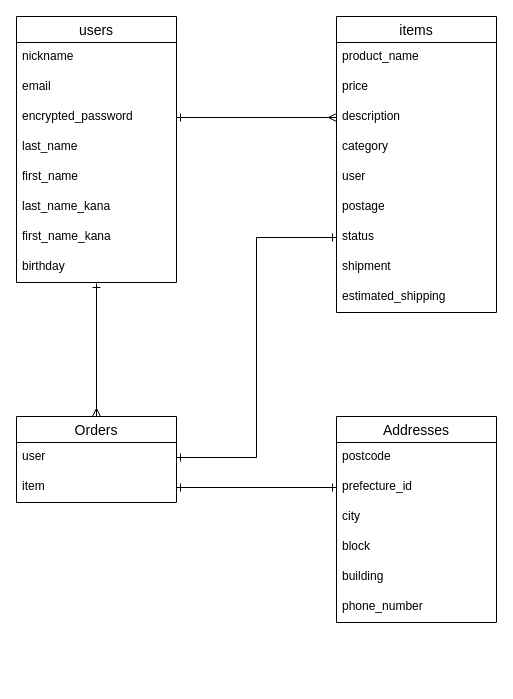
The draw.io diagram test.dio in nakadairay/furima-36395, before the edit. Source tidied: cells renumbered, new cells numbered last; positions are measured from the earlier drawing's top-left corner, leaving out a move shared by most shapes. Both pictures are drawn from the tidied source at 100%, with x=0, y=0 at pixel (16, 16).
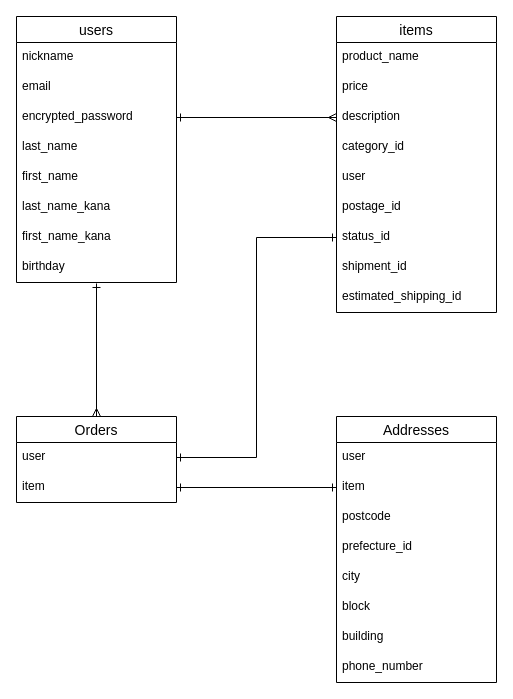
Above is the later version.

The change refers to these unchanged cells:
```xml
<mxCell id="2" value="items" style="swimlane;fontStyle=0;horizontal=1;startSize=26;align=center;fontSize=14;" parent="1" vertex="1">
  <mxGeometry x="320" width="160" height="296" as="geometry" />
</mxCell>
<mxCell id="15" value="item" style="text;strokeColor=none;fillColor=none;spacingLeft=4;spacingRight=4;overflow=hidden;points=[[0,0.5],[1,0.5]];portConstraint=eastwest;fontSize=12;" parent="13" vertex="1">
  <mxGeometry y="56" width="160" height="30" as="geometry" />
</mxCell>
```

Diff of the diagram source:
```diff
@@
-    <mxCell id="6" value="category" style="text;strokeColor=none;fillColor=none;spacingLeft=4;spacingRight=4;overflow=hidden;fontSize=12;" parent="2" vertex="1">
+    <mxCell id="6" value="category_id" style="text;strokeColor=none;fillColor=none;spacingLeft=4;spacingRight=4;overflow=hidden;fontSize=12;" parent="2" vertex="1">
       <mxGeometry y="116" width="160" height="30" as="geometry" />
     </mxCell>
@@
-    <mxCell id="8" value="postage" style="text;strokeColor=none;fillColor=none;spacingLeft=4;spacingRight=4;overflow=hidden;fontSize=12;" parent="2" vertex="1">
+    <mxCell id="8" value="postage_id" style="text;strokeColor=none;fillColor=none;spacingLeft=4;spacingRight=4;overflow=hidden;fontSize=12;" parent="2" vertex="1">
       <mxGeometry y="176" width="160" height="30" as="geometry" />
     </mxCell>
-    <mxCell id="9" value="status" style="text;strokeColor=none;fillColor=none;spacingLeft=4;spacingRight=4;overflow=hidden;points=[[0,0.5],[1,0.5]];portConstraint=eastwest;fontSize=12;" parent="2" vertex="1">
+    <mxCell id="9" value="status_id" style="text;strokeColor=none;fillColor=none;spacingLeft=4;spacingRight=4;overflow=hidden;points=[[0,0.5],[1,0.5]];portConstraint=eastwest;fontSize=12;" parent="2" vertex="1">
       <mxGeometry y="206" width="160" height="30" as="geometry" />
     </mxCell>
-    <mxCell id="10" value="shipment" style="text;strokeColor=none;fillColor=none;spacingLeft=4;spacingRight=4;overflow=hidden;fontSize=12;" parent="2" vertex="1">
+    <mxCell id="10" value="shipment_id" style="text;strokeColor=none;fillColor=none;spacingLeft=4;spacingRight=4;overflow=hidden;fontSize=12;" parent="2" vertex="1">
       <mxGeometry y="236" width="160" height="30" as="geometry" />
     </mxCell>
-    <mxCell id="11" value="estimated_shipping" style="text;strokeColor=none;fillColor=none;spacingLeft=4;spacingRight=4;overflow=hidden;fontSize=12;" parent="2" vertex="1">
+    <mxCell id="11" value="estimated_shipping_id" style="text;strokeColor=none;fillColor=none;spacingLeft=4;spacingRight=4;overflow=hidden;fontSize=12;" parent="2" vertex="1">
       <mxGeometry y="266" width="160" height="30" as="geometry" />
     </mxCell>
@@
     <mxCell id="25" value="Addresses" style="swimlane;fontStyle=0;horizontal=1;startSize=26;align=center;fontSize=14;" parent="1" vertex="1">
-      <mxGeometry x="320" y="400" width="160" height="206" as="geometry" />
+      <mxGeometry x="320" y="400" width="160" height="266" as="geometry" />
     </mxCell>
+    <mxCell id="35" value="user" style="text;strokeColor=none;fillColor=none;spacingLeft=4;spacingRight=4;overflow=hidden;fontSize=12;" parent="25" vertex="1">
+      <mxGeometry y="26" width="160" height="30" as="geometry" />
+    </mxCell>
+    <mxCell id="36" value="item" style="text;strokeColor=none;fillColor=none;spacingLeft=4;spacingRight=4;overflow=hidden;points=[[0,0.5],[1,0.5]];portConstraint=eastwest;fontSize=12;" parent="25" vertex="1">
+      <mxGeometry y="56" width="160" height="30" as="geometry" />
+    </mxCell>
     <mxCell id="26" value="postcode" style="text;strokeColor=none;fillColor=none;spacingLeft=4;spacingRight=4;overflow=hidden;fontSize=12;" parent="25" vertex="1">
-      <mxGeometry y="26" width="160" height="30" as="geometry" />
+      <mxGeometry y="86" width="160" height="30" as="geometry" />
     </mxCell>
     <mxCell id="27" value="prefecture_id" style="text;strokeColor=none;fillColor=none;spacingLeft=4;spacingRight=4;overflow=hidden;points=[[0,0.5],[1,0.5]];portConstraint=eastwest;fontSize=12;" parent="25" vertex="1">
-      <mxGeometry y="56" width="160" height="30" as="geometry" />
+      <mxGeometry y="116" width="160" height="30" as="geometry" />
     </mxCell>
     <mxCell id="28" value="city" style="text;strokeColor=none;fillColor=none;spacingLeft=4;spacingRight=4;overflow=hidden;fontSize=12;" parent="25" vertex="1">
-      <mxGeometry y="86" width="160" height="30" as="geometry" />
+      <mxGeometry y="146" width="160" height="30" as="geometry" />
     </mxCell>
     <mxCell id="29" value="block" style="text;strokeColor=none;fillColor=none;spacingLeft=4;spacingRight=4;overflow=hidden;fontSize=12;" parent="25" vertex="1">
-      <mxGeometry y="116" width="160" height="30" as="geometry" />
+      <mxGeometry y="176" width="160" height="30" as="geometry" />
     </mxCell>
     <mxCell id="30" value="building" style="text;strokeColor=none;fillColor=none;spacingLeft=4;spacingRight=4;overflow=hidden;fontSize=12;" parent="25" vertex="1">
-      <mxGeometry y="146" width="160" height="30" as="geometry" />
+      <mxGeometry y="206" width="160" height="30" as="geometry" />
     </mxCell>
     <mxCell id="31" value="phone_number" style="text;strokeColor=none;fillColor=none;spacingLeft=4;spacingRight=4;overflow=hidden;fontSize=12;" parent="25" vertex="1">
-      <mxGeometry y="176" width="160" height="30" as="geometry" />
+      <mxGeometry y="236" width="160" height="30" as="geometry" />
     </mxCell>
@@
-    <mxCell id="33" style="edgeStyle=none;rounded=0;jettySize=auto;html=1;exitX=1;exitY=0.5;exitDx=0;exitDy=0;startArrow=ERone;startFill=0;endArrow=ERone;endFill=0;" parent="1" edge="1" source="15" target="27">
+    <mxCell id="33" style="edgeStyle=none;rounded=0;jettySize=auto;html=1;exitX=1;exitY=0.5;exitDx=0;exitDy=0;startArrow=ERone;startFill=0;endArrow=ERone;endFill=0;entryX=0;entryY=0.5;entryDx=0;entryDy=0;" parent="1" edge="1" source="15" target="36">
       <mxGeometry relative="1" as="geometry" />
     </mxCell>
```
